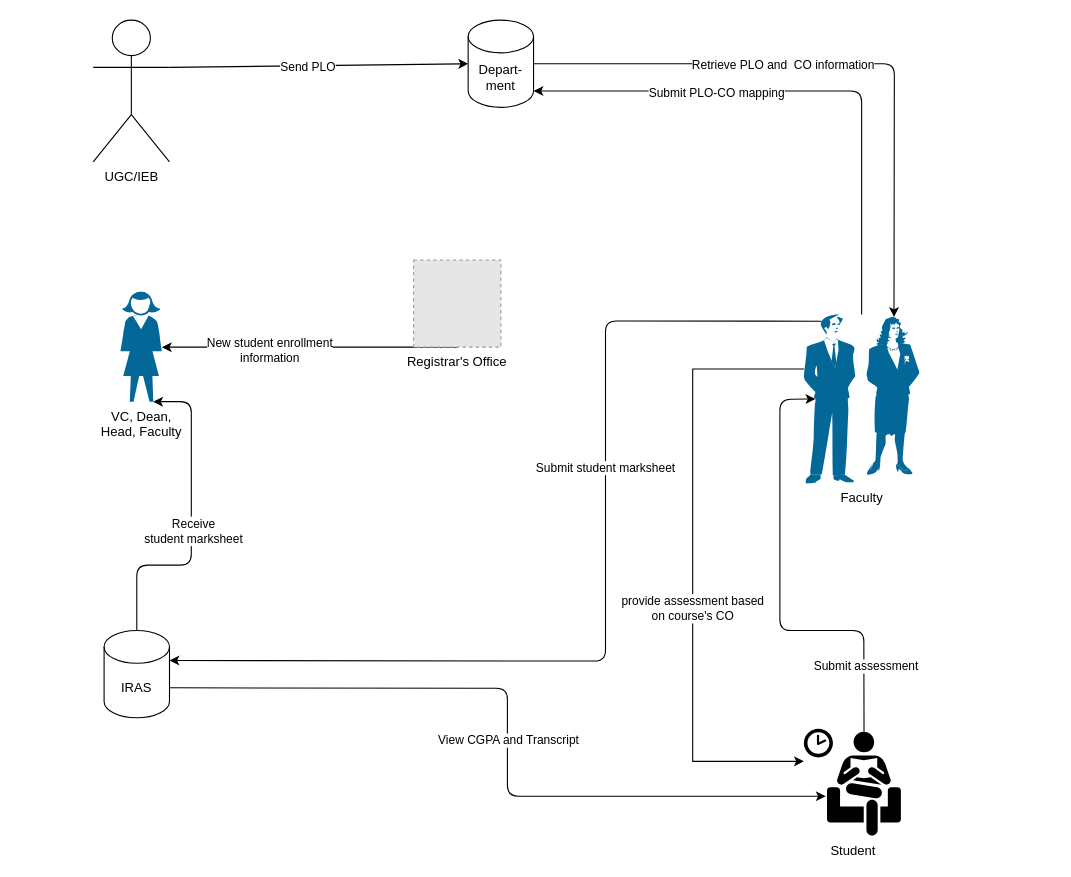
Above: Report/RichPictureUpdate.drawio in moon672/cse-303-1-spring-2021-group-3 (draw.io), before the change. Source tidied: cells renumbered, new cells numbered last; positions are measured from the earlier drawing's top-left corner, leaving out a move shared by most shapes. Both pictures are drawn from the tidied source at 109%, with x=0, y=0 at pixel (93, 20). Pictures stored in the file or linked from it are replaced by grey dashed boxes.
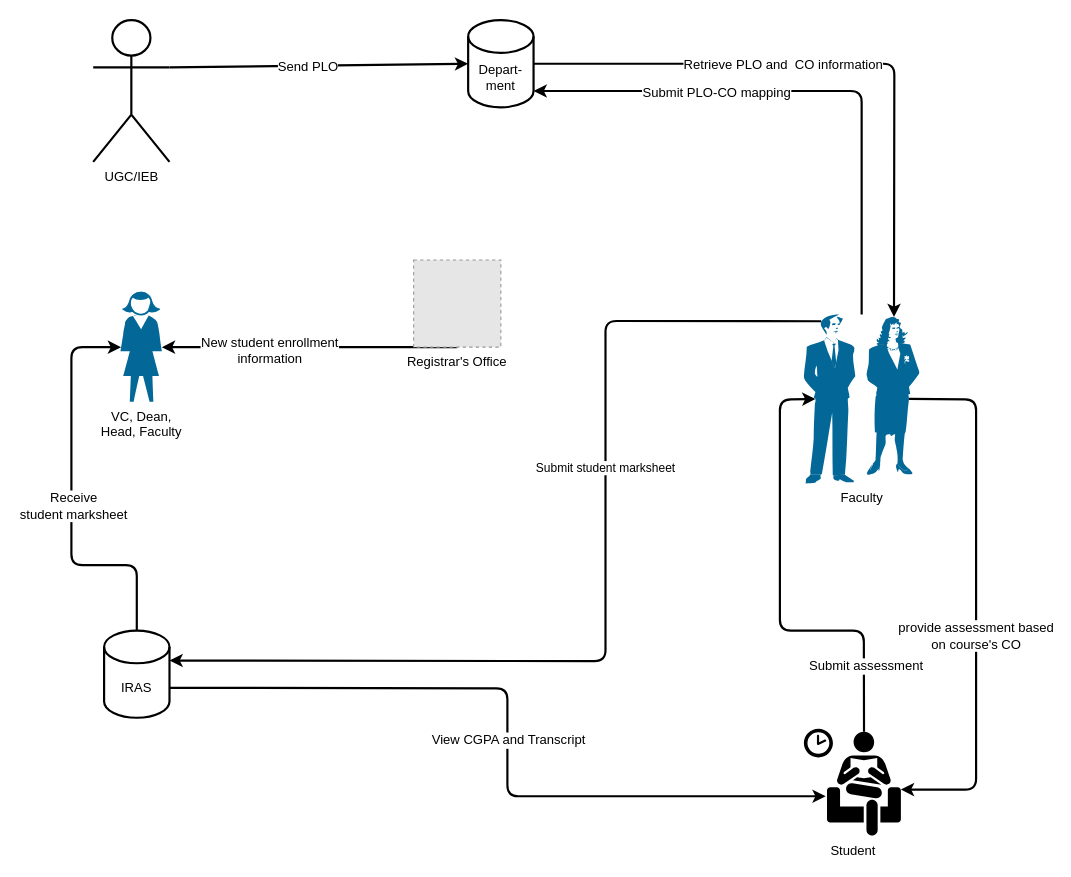
After the change.

Unchanged cells that the change refers to:
```xml
<mxCell id="4" value="Registrar's Office" style="fillColor=#E6E6E6;strokeColor=#999999;dashed=1;verticalLabelPosition=bottom;labelBackgroundColor=#ffffff;verticalAlign=top;" parent="1" vertex="1">
  <mxGeometry x="294" y="220" width="80" height="80" as="geometry" />
</mxCell>
<mxCell id="5" value="VC, Dean,&lt;br&gt;Head, Faculty" style="shape=mxgraph.cisco.people.standing_woman;html=1;dashed=0;fillColor=#036897;strokeColor=#ffffff;strokeWidth=2;verticalLabelPosition=bottom;verticalAlign=top;align=center;outlineConnect=0;" parent="1" vertex="1">
  <mxGeometry x="25" y="250" width="38" height="100" as="geometry" />
</mxCell>
<mxCell id="17" value="Faculty" style="shape=mxgraph.cisco.people.man_woman;html=1;dashed=0;fillColor=#036897;strokeColor=#ffffff;strokeWidth=2;verticalLabelPosition=bottom;verticalAlign=top;align=center;outlineConnect=0;" parent="1" vertex="1">
  <mxGeometry x="652" y="270" width="106" height="155" as="geometry" />
</mxCell>
<mxCell id="20" value="Student" style="shape=mxgraph.signs.people.waiting_room_2;html=1;fillColor=#000000;strokeColor=none;verticalLabelPosition=bottom;verticalAlign=top;align=center;" parent="1" vertex="1">
  <mxGeometry x="652" y="650" width="89" height="98" as="geometry" />
</mxCell>
```

What changed in the source:
```diff
@@
-    <mxCell id="2" style="edgeStyle=none;jettySize=auto;html=1;exitX=0.5;exitY=1;exitDx=0;exitDy=0;rounded=1;jumpStyle=arc;jumpSize=13;" parent="1" edge="1" source="4" target="5">
+    <mxCell id="2" style="edgeStyle=none;jettySize=auto;html=1;exitX=0.5;exitY=1;exitDx=0;exitDy=0;rounded=1;jumpStyle=arc;jumpSize=13;strokeWidth=2;" parent="1" edge="1" source="4" target="5">
       <mxGeometry relative="1" as="geometry" />
     </mxCell>
-    <mxCell id="3" value="New student enrollment&lt;br&gt;information" style="edgeLabel;html=1;align=center;verticalAlign=middle;" parent="2" vertex="1">
+    <mxCell id="3" value="New student enrollment&lt;br style=&quot;font-size: 12px;&quot;&gt;information" style="edgeLabel;html=1;align=center;verticalAlign=middle;fontSize=12;" parent="2" vertex="1">
       <mxGeometry x="0.28" y="2" relative="1" as="geometry" />
     </mxCell>
@@
-    <mxCell id="6" style="edgeStyle=none;jettySize=auto;html=1;entryX=0.79;entryY=1;entryDx=0;entryDy=0;entryPerimeter=0;rounded=1;jumpStyle=arc;jumpSize=13;exitX=0.5;exitY=0;exitDx=0;exitDy=0;exitPerimeter=0;" parent="1" edge="1" source="23" target="5">
+    <mxCell id="6" style="edgeStyle=none;jettySize=auto;html=1;entryX=0.015;entryY=0.5;entryDx=0;entryDy=0;entryPerimeter=0;rounded=1;jumpStyle=arc;jumpSize=13;exitX=0.5;exitY=0;exitDx=0;exitDy=0;exitPerimeter=0;strokeWidth=2;" parent="1" edge="1" source="23" target="5">
       <mxGeometry relative="1" as="geometry">
         <Array as="points">
           <mxPoint x="40" y="500" />
-          <mxPoint x="90" y="500" />
-          <mxPoint x="90" y="350" />
+          <mxPoint x="-20" y="500" />
+          <mxPoint x="-20" y="300" />
         </Array>
       </mxGeometry>
     </mxCell>
-    <mxCell id="7" value="Receive&lt;br&gt;student marksheet" style="edgeLabel;html=1;align=center;verticalAlign=middle;" parent="6" vertex="1">
+    <mxCell id="7" value="Receive&lt;br style=&quot;font-size: 12px;&quot;&gt;student marksheet" style="edgeLabel;html=1;align=center;verticalAlign=middle;fontSize=12;" parent="6" vertex="1">
       <mxGeometry x="-0.04" y="-1" relative="1" as="geometry" />
     </mxCell>
-    <mxCell id="8" style="edgeStyle=none;rounded=1;jumpStyle=arc;jumpSize=13;jettySize=auto;html=1;exitX=1;exitY=0.5;exitDx=0;exitDy=0;exitPerimeter=0;entryX=0.78;entryY=0.015;entryDx=0;entryDy=0;entryPerimeter=0;" parent="1" edge="1" source="10" target="17">
+    <mxCell id="8" style="edgeStyle=none;rounded=1;jumpStyle=arc;jumpSize=13;jettySize=auto;html=1;exitX=1;exitY=0.5;exitDx=0;exitDy=0;exitPerimeter=0;entryX=0.78;entryY=0.015;entryDx=0;entryDy=0;entryPerimeter=0;strokeWidth=2;" parent="1" edge="1" source="10" target="17">
       <mxGeometry relative="1" as="geometry">
         <Array as="points">
           <mxPoint x="735" y="40" />
         </Array>
       </mxGeometry>
     </mxCell>
-    <mxCell id="9" value="Retrieve PLO and&amp;nbsp; CO information" style="edgeLabel;html=1;align=center;verticalAlign=middle;" parent="8" vertex="1">
+    <mxCell id="9" value="Retrieve PLO and&amp;nbsp; CO information" style="edgeLabel;html=1;align=center;verticalAlign=middle;fontSize=12;" parent="8" vertex="1">
       <mxGeometry x="-0.19" relative="1" as="geometry" />
     </mxCell>
-    <mxCell id="10" value="Depart-&lt;br&gt;ment" style="shape=cylinder3;whiteSpace=wrap;html=1;boundedLbl=1;backgroundOutline=1;size=15;" parent="1" vertex="1">
+    <mxCell id="10" value="Depart-&lt;br&gt;ment" style="shape=cylinder3;whiteSpace=wrap;html=1;boundedLbl=1;backgroundOutline=1;size=15;strokeWidth=2;" parent="1" vertex="1">
       <mxGeometry x="344" width="60" height="80" as="geometry" />
     </mxCell>
-    <mxCell id="11" style="edgeStyle=none;jumpStyle=arc;jumpSize=13;jettySize=auto;html=1;exitX=0.15;exitY=0.04;exitDx=0;exitDy=0;exitPerimeter=0;entryX=1;entryY=0;entryDx=0;entryDy=27.5;entryPerimeter=0;rounded=1;" parent="1" edge="1" source="17" target="23">
+    <mxCell id="11" style="edgeStyle=none;jumpStyle=arc;jumpSize=13;jettySize=auto;html=1;exitX=0.15;exitY=0.04;exitDx=0;exitDy=0;exitPerimeter=0;entryX=1;entryY=0;entryDx=0;entryDy=27.5;entryPerimeter=0;rounded=1;strokeWidth=2;" parent="1" edge="1" source="17" target="23">
       <mxGeometry relative="1" as="geometry">
         <Array as="points">
           <mxPoint x="470" y="276" />
           <mxPoint x="470" y="588" />
         </Array>
       </mxGeometry>
     </mxCell>
@@
-    <mxCell id="13" style="edgeStyle=none;rounded=1;jumpStyle=arc;jumpSize=13;jettySize=auto;html=1;exitX=0.5;exitY=0;exitDx=0;exitDy=0;exitPerimeter=0;entryX=1;entryY=1;entryDx=0;entryDy=-15;entryPerimeter=0;" parent="1" edge="1" source="17" target="10">
+    <mxCell id="13" style="edgeStyle=none;rounded=1;jumpStyle=arc;jumpSize=13;jettySize=auto;html=1;exitX=0.5;exitY=0;exitDx=0;exitDy=0;exitPerimeter=0;entryX=1;entryY=1;entryDx=0;entryDy=-15;entryPerimeter=0;strokeWidth=2;" parent="1" edge="1" source="17" target="10">
       <mxGeometry relative="1" as="geometry">
         <Array as="points">
           <mxPoint x="705" y="65" />
         </Array>
       </mxGeometry>
     </mxCell>
-    <mxCell id="14" value="Submit PLO-CO mapping" style="edgeLabel;html=1;align=center;verticalAlign=middle;" parent="13" vertex="1">
+    <mxCell id="14" value="Submit PLO-CO mapping" style="edgeLabel;html=1;align=center;verticalAlign=middle;fontSize=12;" parent="13" vertex="1">
       <mxGeometry x="0.56" y="1" relative="1" as="geometry">
         <mxPoint x="56" as="offset" />
       </mxGeometry>
     </mxCell>
-    <mxCell id="15" style="edgeStyle=orthogonalEdgeStyle;rounded=0;jettySize=auto;html=1;" parent="1" edge="1" source="17" target="20">
+    <mxCell id="15" style="jettySize=auto;html=1;rounded=1;jumpStyle=arc;jumpSize=13;exitX=0.91;exitY=0.5;exitDx=0;exitDy=0;exitPerimeter=0;entryX=1;entryY=0.57;entryDx=0;entryDy=0;entryPerimeter=0;strokeWidth=2;" parent="1" edge="1" source="17" target="20">
       <mxGeometry relative="1" as="geometry">
         <Array as="points">
-          <mxPoint x="550" y="320" />
-          <mxPoint x="550" y="680" />
+          <mxPoint x="810" y="348" />
+          <mxPoint x="810" y="706" />
         </Array>
       </mxGeometry>
     </mxCell>
-    <mxCell id="16" value="&lt;div&gt;provide assessment based&lt;/div&gt;&lt;div&gt;on course's CO&lt;br&gt; &lt;/div&gt;" style="edgeLabel;html=1;align=center;verticalAlign=middle;" parent="15" vertex="1">
+    <mxCell id="16" value="&lt;div style=&quot;font-size: 12px;&quot;&gt;provide assessment based&lt;/div&gt;&lt;div style=&quot;font-size: 12px;&quot;&gt;on course's CO&lt;br style=&quot;font-size: 12px;&quot;&gt; &lt;/div&gt;" style="edgeLabel;html=1;align=center;verticalAlign=middle;fontSize=12;" parent="15" vertex="1">
       <mxGeometry x="0.14" y="-1" relative="1" as="geometry" />
     </mxCell>
@@
-    <mxCell id="18" style="edgeStyle=none;jettySize=auto;html=1;exitX=0.62;exitY=0.03;exitDx=0;exitDy=0;exitPerimeter=0;rounded=1;entryX=0.1;entryY=0.5;entryDx=0;entryDy=0;entryPerimeter=0;" parent="1" edge="1" source="20" target="17">
+    <mxCell id="18" style="edgeStyle=none;jettySize=auto;html=1;exitX=0.62;exitY=0.03;exitDx=0;exitDy=0;exitPerimeter=0;rounded=1;entryX=0.1;entryY=0.5;entryDx=0;entryDy=0;entryPerimeter=0;jumpStyle=arc;jumpSize=13;strokeWidth=2;" parent="1" edge="1" source="20" target="17">
       <mxGeometry relative="1" as="geometry">
         <Array as="points">
           <mxPoint x="707" y="560" />
           <mxPoint x="630" y="560" />
           <mxPoint x="630" y="348" />
         </Array>
       </mxGeometry>
     </mxCell>
-    <mxCell id="19" value="Submit assessment" style="edgeLabel;html=1;align=center;verticalAlign=middle;" parent="18" vertex="1">
+    <mxCell id="19" value="Submit assessment" style="edgeLabel;html=1;align=center;verticalAlign=middle;fontSize=12;" parent="18" vertex="1">
       <mxGeometry x="-0.71" y="-1" relative="1" as="geometry" />
     </mxCell>
@@
-    <mxCell id="21" style="edgeStyle=none;jettySize=auto;html=1;exitX=1;exitY=0;exitDx=0;exitDy=52.5;exitPerimeter=0;entryX=0.225;entryY=0.633;entryDx=0;entryDy=0;entryPerimeter=0;rounded=1;jumpStyle=arc;jumpSize=13;" parent="1" edge="1" source="23" target="20">
+    <mxCell id="21" style="edgeStyle=none;jettySize=auto;html=1;exitX=1;exitY=0;exitDx=0;exitDy=52.5;exitPerimeter=0;entryX=0.225;entryY=0.633;entryDx=0;entryDy=0;entryPerimeter=0;rounded=1;jumpStyle=arc;jumpSize=13;strokeWidth=2;" parent="1" edge="1" source="23" target="20">
       <mxGeometry relative="1" as="geometry">
         <Array as="points">
           <mxPoint x="380" y="613" />
           <mxPoint x="380" y="712" />
         </Array>
       </mxGeometry>
     </mxCell>
-    <mxCell id="22" value="View CGPA and Transcript" style="edgeLabel;html=1;align=center;verticalAlign=middle;" parent="21" vertex="1">
+    <mxCell id="22" value="View CGPA and Transcript" style="edgeLabel;html=1;align=center;verticalAlign=middle;fontSize=12;" parent="21" vertex="1">
       <mxGeometry x="0.07" relative="1" as="geometry">
         <mxPoint y="-17.1" as="offset" />
       </mxGeometry>
     </mxCell>
-    <mxCell id="23" value="IRAS" style="shape=cylinder3;whiteSpace=wrap;html=1;boundedLbl=1;backgroundOutline=1;size=15;" parent="1" vertex="1">
+    <mxCell id="23" value="IRAS" style="shape=cylinder3;whiteSpace=wrap;html=1;boundedLbl=1;backgroundOutline=1;size=15;strokeWidth=2;" parent="1" vertex="1">
       <mxGeometry x="10" y="560" width="60" height="80" as="geometry" />
     </mxCell>
-    <mxCell id="24" style="edgeStyle=none;rounded=1;jumpStyle=arc;jumpSize=13;jettySize=auto;html=1;entryX=0;entryY=0.5;entryDx=0;entryDy=0;entryPerimeter=0;anchorPointDirection=1;snapToPoint=1;exitX=1;exitY=0.3333333333333333;exitDx=0;exitDy=0;exitPerimeter=0;" parent="1" edge="1" source="26" target="10">
+    <mxCell id="24" style="edgeStyle=none;rounded=1;jumpStyle=arc;jumpSize=13;jettySize=auto;html=1;entryX=0;entryY=0.5;entryDx=0;entryDy=0;entryPerimeter=0;anchorPointDirection=1;snapToPoint=1;exitX=1;exitY=0.3333333333333333;exitDx=0;exitDy=0;exitPerimeter=0;strokeWidth=2;" parent="1" edge="1" source="26" target="10">
       <mxGeometry relative="1" as="geometry" />
     </mxCell>
-    <mxCell id="25" value="Send PLO" style="edgeLabel;html=1;align=center;verticalAlign=middle;" parent="24" vertex="1">
+    <mxCell id="25" value="Send PLO" style="edgeLabel;html=1;align=center;verticalAlign=middle;fontSize=12;" parent="24" vertex="1">
       <mxGeometry x="-0.08" y="-1" relative="1" as="geometry" />
     </mxCell>
-    <mxCell id="26" value="UGC/IEB" style="shape=umlActor;verticalLabelPosition=bottom;verticalAlign=top;html=1;outlineConnect=0;" parent="1" vertex="1">
+    <mxCell id="26" value="UGC/IEB" style="shape=umlActor;verticalLabelPosition=bottom;verticalAlign=top;html=1;outlineConnect=0;strokeWidth=2;" parent="1" vertex="1">
       <mxGeometry width="70" height="130" as="geometry" />
     </mxCell>
```
